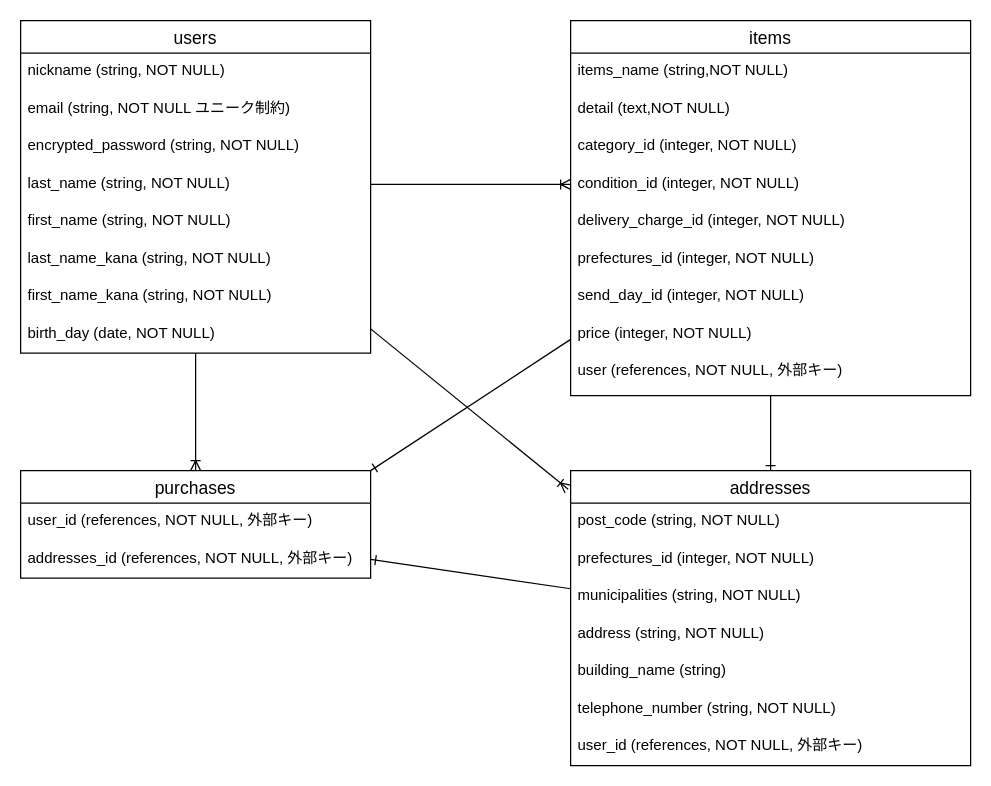
Before: furima_36259.dio in sskyug/furima-36259, a draw.io diagram. Source tidied: cells renumbered, new cells numbered last; positions are measured from the earlier drawing's top-left corner, leaving out a move shared by most shapes. Both pictures are drawn from the tidied source at 125%, with x=0, y=0 at pixel (20, 20).
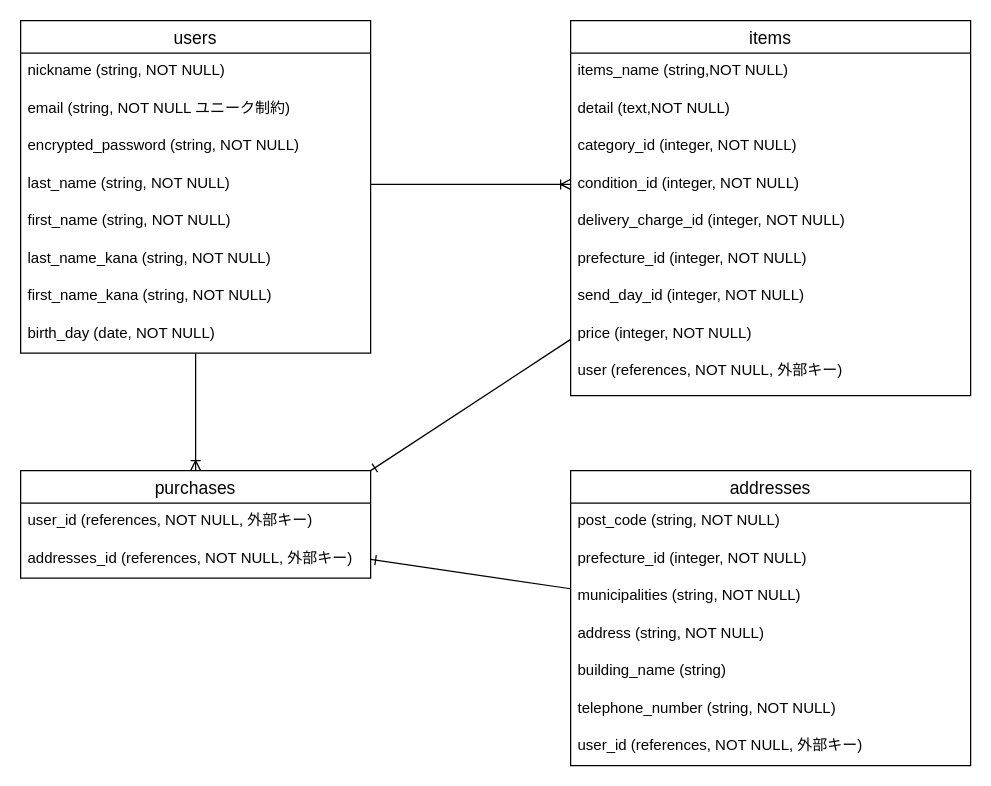
The same diagram, later.

Unchanged cells that the change refers to:
```xml
<mxCell id="4" value="users" style="swimlane;fontStyle=0;horizontal=1;startSize=26;align=center;fontSize=14;" parent="1" vertex="1">
  <mxGeometry width="280" height="266" as="geometry" />
</mxCell>
<mxCell id="15" value="items" style="swimlane;fontStyle=0;horizontal=1;startSize=26;align=center;fontSize=14;strokeColor=default;" parent="1" vertex="1">
  <mxGeometry x="440" width="320" height="300" as="geometry" />
</mxCell>
<mxCell id="26" value="addresses" style="swimlane;fontStyle=0;horizontal=1;startSize=26;align=center;fontSize=14;strokeColor=default;" parent="1" vertex="1">
  <mxGeometry x="440" y="360" width="320" height="236" as="geometry" />
</mxCell>
```

Change to the diagram source:
```diff
@@
-    <mxCell id="2" style="edgeStyle=none;html=1;entryX=-0.006;entryY=0.063;entryDx=0;entryDy=0;entryPerimeter=0;endArrow=ERoneToMany;endFill=0;" parent="1" edge="1" source="4" target="26">
-      <mxGeometry relative="1" as="geometry" />
-    </mxCell>
@@
-    <mxCell id="13" style="edgeStyle=none;html=1;entryX=0.5;entryY=0;entryDx=0;entryDy=0;endArrow=ERone;endFill=0;" parent="1" edge="1" source="15" target="26">
-      <mxGeometry relative="1" as="geometry" />
-    </mxCell>
@@
-    <mxCell id="21" value="prefectures_id (integer, NOT NULL)" style="text;strokeColor=none;fillColor=none;spacingLeft=4;spacingRight=4;overflow=hidden;fontSize=12;" parent="15" vertex="1">
+    <mxCell id="21" value="prefecture_id (integer, NOT NULL)" style="text;strokeColor=none;fillColor=none;spacingLeft=4;spacingRight=4;overflow=hidden;fontSize=12;" parent="15" vertex="1">
       <mxGeometry y="176" width="320" height="30" as="geometry" />
     </mxCell>
@@
-    <mxCell id="28" value="prefectures_id (integer, NOT NULL)" style="text;strokeColor=none;fillColor=none;spacingLeft=4;spacingRight=4;overflow=hidden;fontSize=12;" parent="26" vertex="1">
+    <mxCell id="28" value="prefecture_id (integer, NOT NULL)" style="text;strokeColor=none;fillColor=none;spacingLeft=4;spacingRight=4;overflow=hidden;fontSize=12;" parent="26" vertex="1">
       <mxGeometry y="56" width="320" height="30" as="geometry" />
     </mxCell>
```
